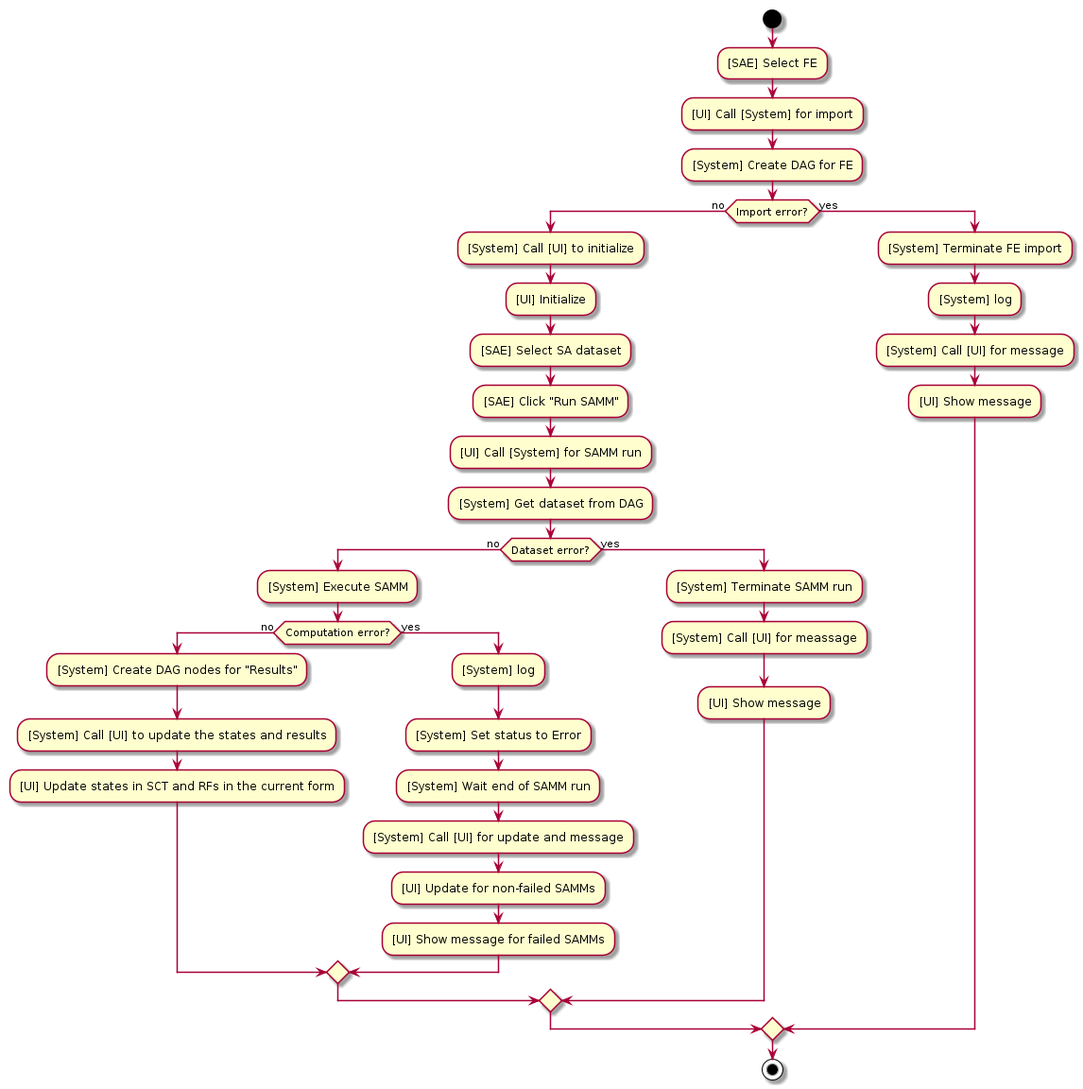
The PlantUML diagram uml/UC_01.png in BarisAlbayrakIEEE/StructuralAnalysis, before a commit.
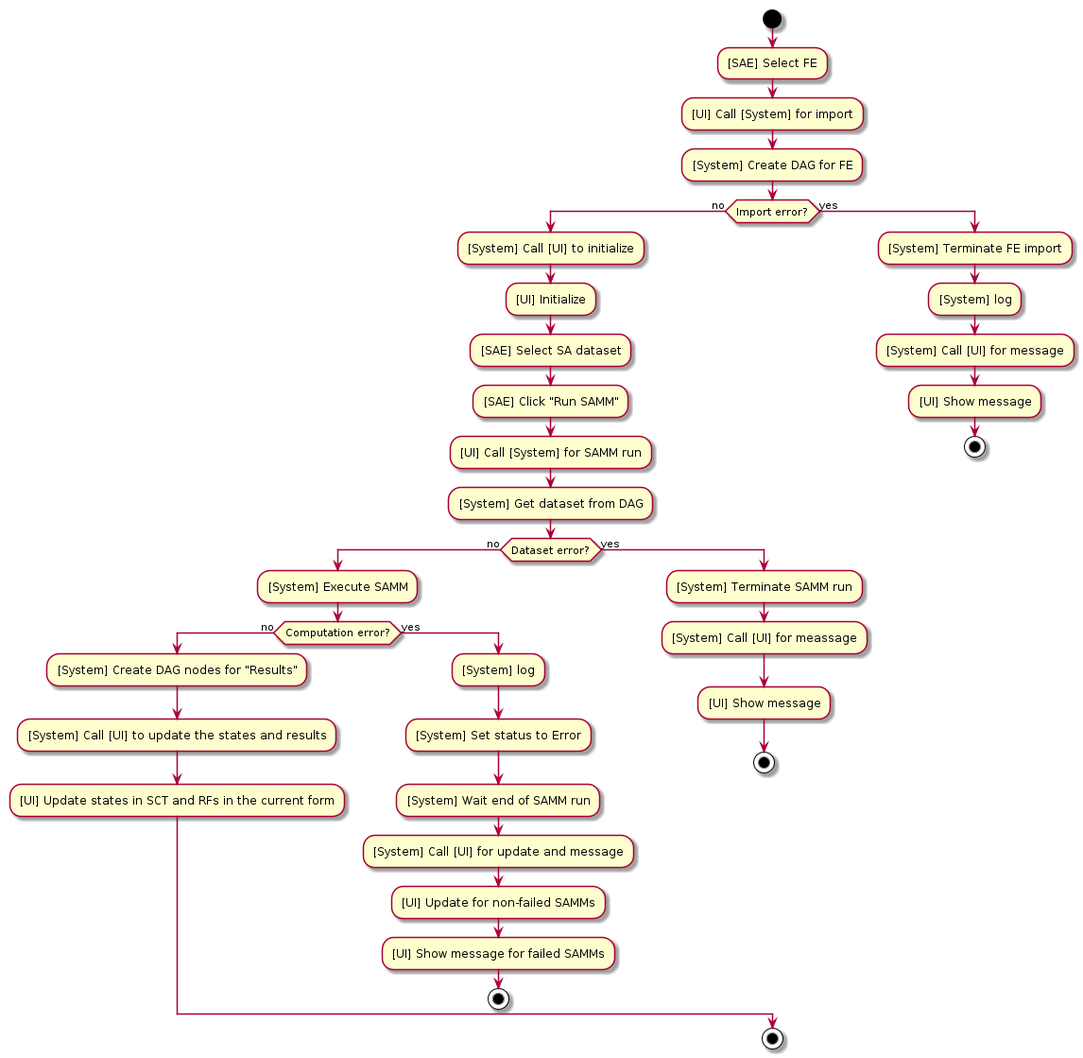
Later version of the same file.

Change to the diagram source:
```diff
@@ -27,17 +27,20 @@
       :[System] Call [UI] for update and message;
       :[UI] Update for non-failed SAMMs;
       :[UI] Show message for failed SAMMs;
+      stop
     endif
   else (yes)
     :[System] Terminate SAMM run;
     :[System] Call [UI] for meassage;
     :[UI] Show message;
+    stop
   endif
 else (yes)
   :[System] Terminate FE import;
   :[System] log;
   :[System] Call [UI] for message;
   :[UI] Show message;
+  stop
 endif
 
 stop
```
